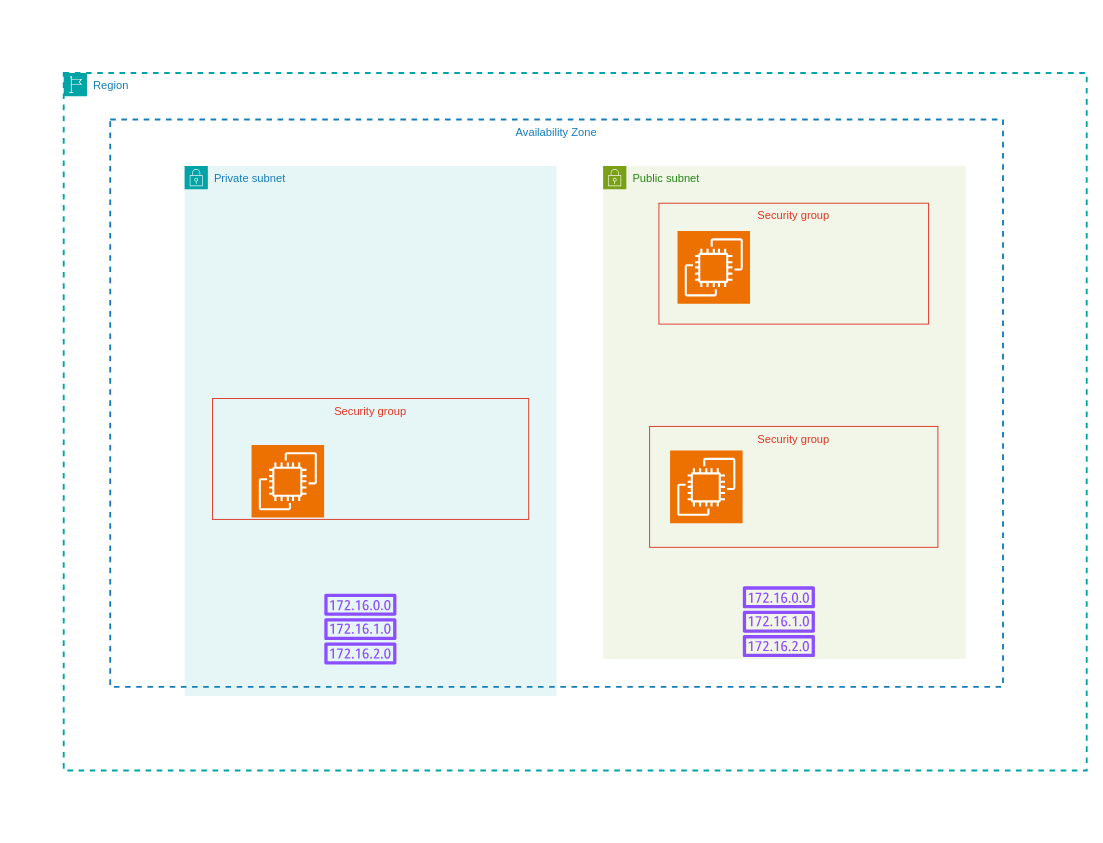
Earlier version of the draw.io diagram aws/Untitled Diagram.drawio (lekhrajdinkar/02-spring). Source tidied: cells renumbered, new cells numbered last; positions are measured from the earlier drawing's top-left corner, leaving out a move shared by most shapes. Both pictures are drawn from the tidied source at 93%, with x=0, y=0 at pixel (63, 73).
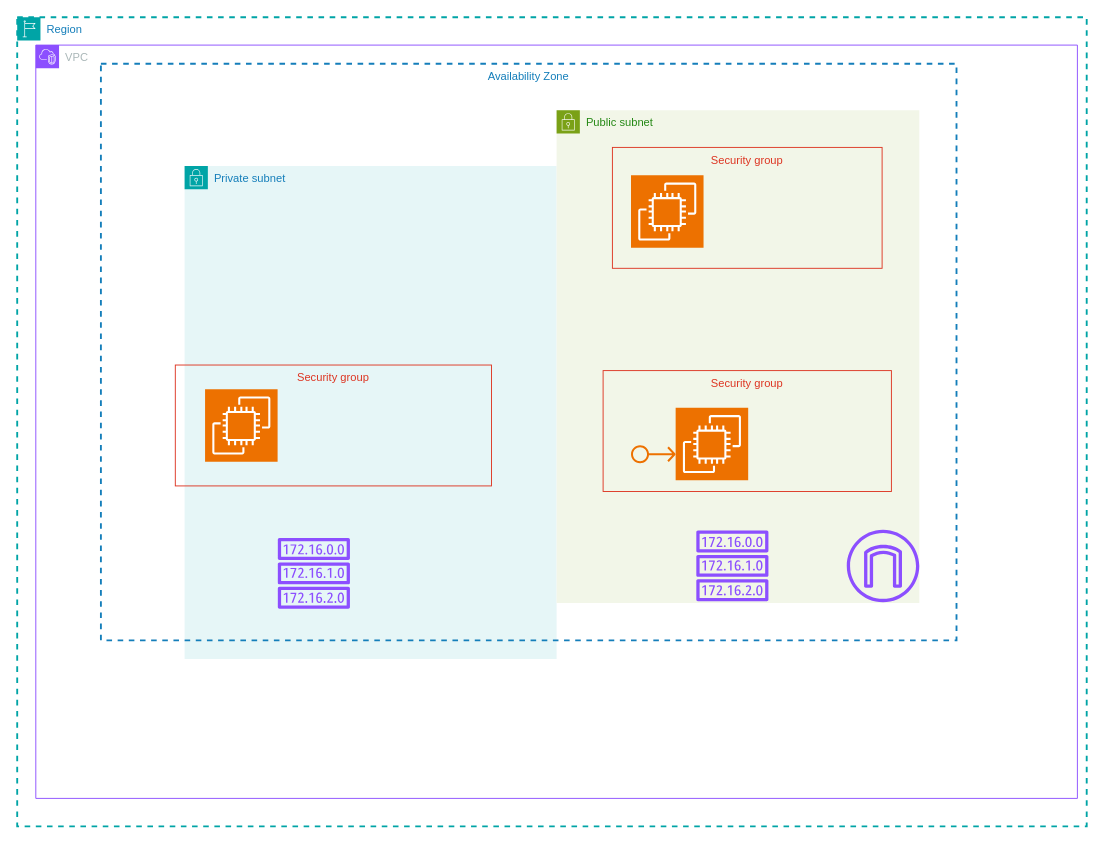
The same diagram, later.

The edit, as a diff of the source:
```diff
@@
 <mxGraphModel>
   <root>
     <mxCell id="0" />
     <mxCell id="1" parent="0" />
+    <mxCell id="14" value="VPC" style="gradientColor=none;html=1;whiteSpace=wrap;fontSize=12;fontStyle=0;shape=mxgraph.aws4.group;grIcon=mxgraph.aws4.group_vpc2;strokeColor=#8C4FFF;fillColor=none;verticalAlign=top;align=left;spacingLeft=30;fontColor=#AAB7B8;dashed=0;" parent="1" vertex="1">
+      <mxGeometry x="-30" y="-30" width="1120" height="810" as="geometry" />
+    </mxCell>
     <mxCell id="2" value="Private subnet" style="gradientColor=none;html=1;whiteSpace=wrap;fontSize=12;fontStyle=0;shape=mxgraph.aws4.group;grIcon=mxgraph.aws4.group_security_group;grStroke=0;strokeColor=#00A4A6;fillColor=#E6F6F7;verticalAlign=top;align=left;spacingLeft=30;fontColor=#147EBA;dashed=0;" parent="1" vertex="1">
-      <mxGeometry x="130" y="100" width="400" height="570" as="geometry" />
+      <mxGeometry x="130" y="100" width="400" height="530" as="geometry" />
     </mxCell>
     <mxCell id="3" value="Region" style="gradientColor=none;html=1;whiteSpace=wrap;fontSize=12;fontStyle=0;shape=mxgraph.aws4.group;grIcon=mxgraph.aws4.group_region;strokeColor=#00A4A6;fillColor=none;verticalAlign=top;align=left;spacingLeft=30;fontColor=#147EBA;dashed=1;strokeWidth=2;" parent="1" vertex="1">
-      <mxGeometry width="1100" height="750" as="geometry" />
+      <mxGeometry x="-50" y="-60" width="1150" height="870" as="geometry" />
     </mxCell>
     <mxCell id="4" value="Availability Zone" style="fillColor=none;strokeColor=#147EBA;dashed=1;verticalAlign=top;fontStyle=0;fontColor=#147EBA;whiteSpace=wrap;html=1;strokeWidth=2;" parent="3" vertex="1">
-      <mxGeometry x="50" y="50" width="960" height="610" as="geometry" />
+      <mxGeometry x="90" y="50" width="920" height="620" as="geometry" />
     </mxCell>
     <mxCell id="5" value="Public subnet" style="gradientColor=none;html=1;whiteSpace=wrap;fontSize=12;fontStyle=0;shape=mxgraph.aws4.group;grIcon=mxgraph.aws4.group_security_group;grStroke=0;strokeColor=#7AA116;fillColor=#F2F6E8;verticalAlign=top;align=left;spacingLeft=30;fontColor=#248814;dashed=0;" parent="3" vertex="1">
       <mxGeometry x="580" y="100" width="390" height="530" as="geometry" />
     </mxCell>
     <mxCell id="6" value="Security group" style="fillColor=none;strokeColor=#DD3522;verticalAlign=top;fontStyle=0;fontColor=#DD3522;whiteSpace=wrap;html=1;" parent="5" vertex="1">
       <mxGeometry x="50" y="280" width="310" height="130" as="geometry" />
     </mxCell>
     <mxCell id="7" style="sketch=0;fontColor=#232F3E;fillColor=#ED7100;strokeColor=#ffffff;dashed=0;verticalLabelPosition=bottom;verticalAlign=top;align=center;html=1;fontSize=12;fontStyle=0;shape=mxgraph.aws4.resourceIcon;resIcon=mxgraph.aws4.ec2;" parent="5" vertex="1">
-      <mxGeometry x="72" y="306" width="78" height="78" as="geometry" />
+      <mxGeometry x="128" y="320" width="78" height="78" as="geometry" />
     </mxCell>
+    <mxCell id="15" style="sketch=0;fontColor=#232F3E;gradientColor=none;fillColor=#ED7100;strokeColor=none;dashed=0;verticalLabelPosition=bottom;verticalAlign=top;align=center;html=1;fontSize=12;fontStyle=0;shape=mxgraph.aws4.elastic_ip_address;" parent="5" vertex="1">
+      <mxGeometry x="80" y="360" width="48" height="20" as="geometry" />
+    </mxCell>
     <mxCell id="8" value="Security group" style="fillColor=none;strokeColor=#DD3522;verticalAlign=top;fontStyle=0;fontColor=#DD3522;whiteSpace=wrap;html=1;" parent="3" vertex="1">
       <mxGeometry x="640" y="140" width="290" height="130" as="geometry" />
     </mxCell>
     <mxCell id="9" style="sketch=0;fontColor=#232F3E;gradientColor=none;fillColor=#8C4FFF;strokeColor=none;dashed=0;verticalLabelPosition=bottom;verticalAlign=top;align=center;html=1;fontSize=12;fontStyle=0;shape=mxgraph.aws4.route_table;" parent="3" vertex="1">
       <mxGeometry x="730" y="552" width="78" height="76" as="geometry" />
     </mxCell>
     <mxCell id="10" style="sketch=0;fontColor=#232F3E;gradientColor=none;fillColor=#8C4FFF;strokeColor=none;dashed=0;verticalLabelPosition=bottom;verticalAlign=top;align=center;html=1;fontSize=12;fontStyle=0;shape=mxgraph.aws4.route_table;" parent="3" vertex="1">
       <mxGeometry x="280" y="560" width="78" height="76" as="geometry" />
     </mxCell>
     <mxCell id="11" style="sketch=0;fontColor=#232F3E;fillColor=#ED7100;strokeColor=#ffffff;dashed=0;verticalLabelPosition=bottom;verticalAlign=top;align=center;html=1;fontSize=12;fontStyle=0;shape=mxgraph.aws4.resourceIcon;resIcon=mxgraph.aws4.ec2;" parent="3" vertex="1">
       <mxGeometry x="660" y="170" width="78" height="78" as="geometry" />
     </mxCell>
     <mxCell id="12" value="Security group" style="fillColor=none;strokeColor=#DD3522;verticalAlign=top;fontStyle=0;fontColor=#DD3522;whiteSpace=wrap;html=1;" parent="3" vertex="1">
-      <mxGeometry x="160" y="350" width="340" height="130" as="geometry" />
+      <mxGeometry x="170" y="374" width="340" height="130" as="geometry" />
     </mxCell>
     <mxCell id="13" style="sketch=0;fontColor=#232F3E;fillColor=#ED7100;strokeColor=#ffffff;dashed=0;verticalLabelPosition=bottom;verticalAlign=top;align=center;html=1;fontSize=12;fontStyle=0;shape=mxgraph.aws4.resourceIcon;resIcon=mxgraph.aws4.ec2;" parent="3" vertex="1">
       <mxGeometry x="202" y="400" width="78" height="78" as="geometry" />
     </mxCell>
+    <mxCell id="16" style="sketch=0;fontColor=#232F3E;gradientColor=none;fillColor=#8C4FFF;strokeColor=none;dashed=0;verticalLabelPosition=bottom;verticalAlign=top;align=center;html=1;fontSize=12;fontStyle=0;shape=mxgraph.aws4.internet_gateway;" parent="3" vertex="1">
+      <mxGeometry x="892" y="551" width="78" height="78" as="geometry" />
+    </mxCell>
   </root>
 </mxGraphModel>
```
